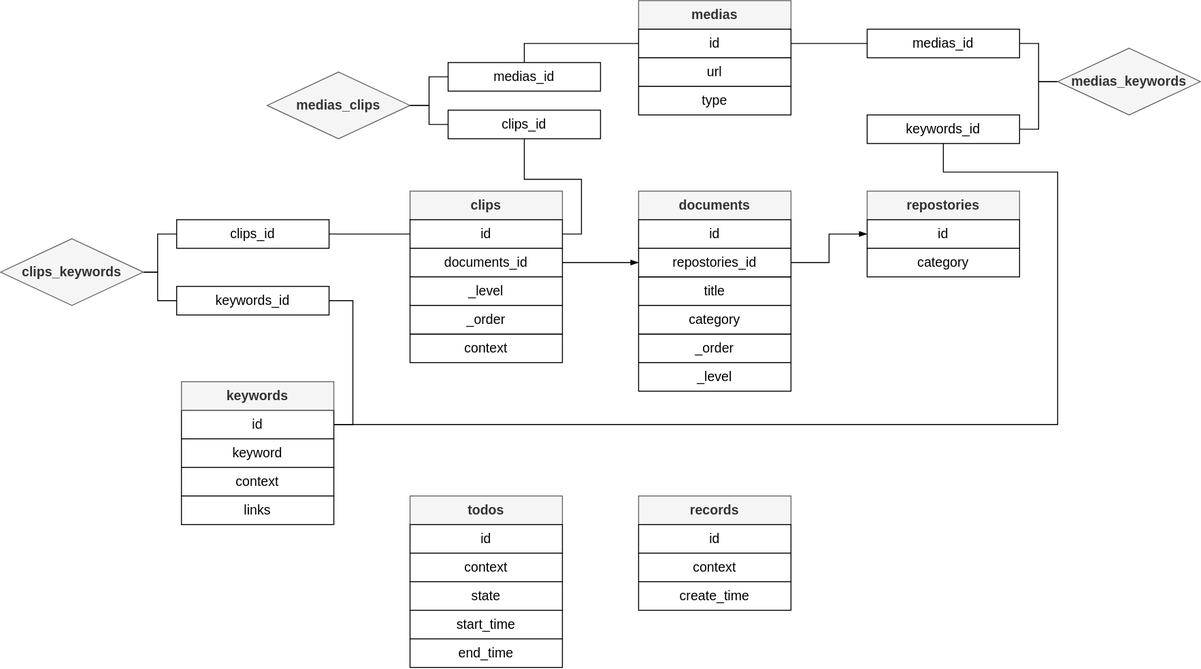
Above: Projects/captin/assets/captin-E-R.drawio.svg in creatern/NoteBook (draw.io), before the change. Source tidied: cells renumbered, new cells last; positions are measured from the earlier drawing's top-left corner, leaving out a move shared by most shapes.
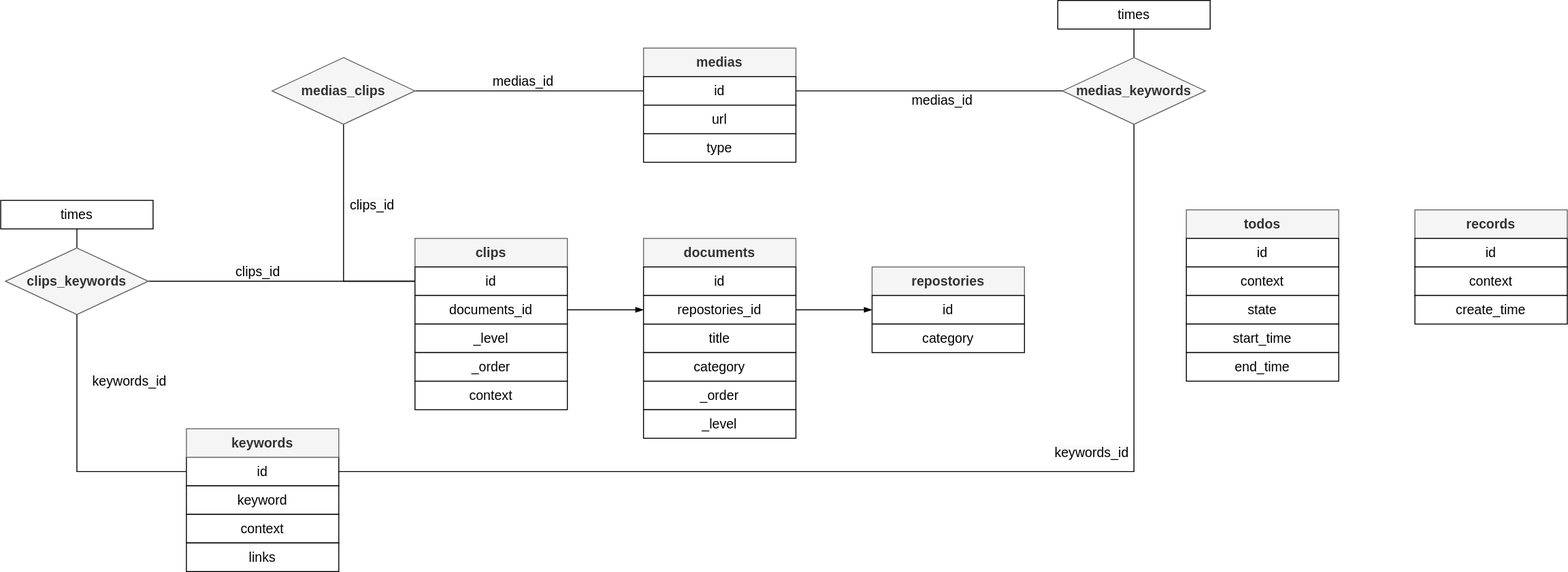
Later version of the same file.

Change to the diagram source:
```diff
@@ -8,6 +8,6 @@
     <mxCell id="3" value="repostories" style="rounded=0;whiteSpace=wrap;html=1;fontFamily=Helvetica;fontSize=14;fontColor=#333333;labelBackgroundColor=none;fontStyle=1;strokeColor=#666666;fillColor=#f5f5f5;" parent="1" vertex="1">
-      <mxGeometry x="910" y="200" width="160" height="30" as="geometry" />
+      <mxGeometry x="910" y="230" width="160" height="30" as="geometry" />
     </mxCell>
     <mxCell id="4" value="todos" style="rounded=0;whiteSpace=wrap;html=1;fontFamily=Helvetica;fontSize=14;fontColor=#333333;labelBackgroundColor=none;fontStyle=1;fillColor=#f5f5f5;strokeColor=#666666;" parent="1" vertex="1">
-      <mxGeometry x="430" y="520" width="160" height="30" as="geometry" />
+      <mxGeometry x="1240" y="170" width="160" height="30" as="geometry" />
     </mxCell>
@@ -26,16 +26,19 @@
     <mxCell id="9" value="id" style="rounded=0;whiteSpace=wrap;html=1;fontFamily=Helvetica;fontSize=14;labelBackgroundColor=none;" parent="1" vertex="1">
-      <mxGeometry x="910" y="230" width="160" height="30" as="geometry" />
+      <mxGeometry x="910" y="260" width="160" height="30" as="geometry" />
     </mxCell>
     <mxCell id="10" value="category" style="rounded=0;whiteSpace=wrap;html=1;fontFamily=Helvetica;fontSize=14;labelBackgroundColor=none;" parent="1" vertex="1">
-      <mxGeometry x="910" y="260" width="160" height="30" as="geometry" />
+      <mxGeometry x="910" y="290" width="160" height="30" as="geometry" />
     </mxCell>
     <mxCell id="11" value="id" style="rounded=0;whiteSpace=wrap;html=1;fontFamily=Helvetica;fontSize=14;labelBackgroundColor=none;" parent="1" vertex="1">
-      <mxGeometry x="430" y="550" width="160" height="30" as="geometry" />
+      <mxGeometry x="1240" y="200" width="160" height="30" as="geometry" />
     </mxCell>
     <mxCell id="12" value="context" style="rounded=0;whiteSpace=wrap;html=1;fontFamily=Helvetica;fontSize=14;labelBackgroundColor=none;" parent="1" vertex="1">
-      <mxGeometry x="430" y="580" width="160" height="30" as="geometry" />
+      <mxGeometry x="1240" y="230" width="160" height="30" as="geometry" />
     </mxCell>
     <mxCell id="13" value="state" style="rounded=0;whiteSpace=wrap;html=1;fontFamily=Helvetica;fontSize=14;labelBackgroundColor=none;" parent="1" vertex="1">
-      <mxGeometry x="430" y="610" width="160" height="30" as="geometry" />
+      <mxGeometry x="1240" y="260" width="160" height="30" as="geometry" />
     </mxCell>
+    <mxCell id="60" value="&lt;span style=&quot;color: rgb(0, 0, 0); font-family: Helvetica; font-size: 14px; font-style: normal; font-variant-ligatures: normal; font-variant-caps: normal; font-weight: 400; letter-spacing: normal; orphans: 2; text-align: center; text-indent: 0px; text-transform: none; widows: 2; word-spacing: 0px; -webkit-text-stroke-width: 0px; white-space: normal; background-color: rgb(251, 251, 251); text-decoration-thickness: initial; text-decoration-style: initial; text-decoration-color: initial; display: inline !important; float: none;&quot;&gt;keywords_id&lt;/span&gt;" style="edgeStyle=orthogonalEdgeStyle;rounded=0;jettySize=auto;html=1;exitX=0;exitY=0.5;exitDx=0;exitDy=0;entryX=0.5;entryY=1;entryDx=0;entryDy=0;endArrow=none;endFill=0;" parent="1" edge="1" source="14" target="47">
+      <mxGeometry x="0.5" y="-55" relative="1" as="geometry" />
+    </mxCell>
     <mxCell id="14" value="id" style="rounded=0;whiteSpace=wrap;html=1;fontFamily=Helvetica;fontSize=14;labelBackgroundColor=none;" parent="1" vertex="1">
@@ -52,42 +55,22 @@
     </mxCell>
-    <mxCell id="18" style="edgeStyle=orthogonalEdgeStyle;rounded=0;jettySize=auto;html=1;exitX=1;exitY=0.5;exitDx=0;exitDy=0;entryX=0;entryY=0.5;entryDx=0;entryDy=0;strokeColor=default;strokeWidth=1;align=center;verticalAlign=middle;fontFamily=Helvetica;fontSize=11;fontColor=default;labelBackgroundColor=default;endArrow=none;endFill=0;startArrow=none;startFill=0;" parent="1" edge="1" source="20" target="32">
+    <mxCell id="18" style="edgeStyle=orthogonalEdgeStyle;rounded=0;jettySize=auto;html=1;exitX=1;exitY=0.5;exitDx=0;exitDy=0;entryX=0;entryY=0.5;entryDx=0;entryDy=0;strokeColor=default;strokeWidth=1;align=center;verticalAlign=middle;fontFamily=Helvetica;fontSize=11;fontColor=default;labelBackgroundColor=default;endArrow=none;endFill=0;startArrow=none;startFill=0;" parent="1" edge="1" source="47" target="32">
       <mxGeometry relative="1" as="geometry" />
     </mxCell>
-    <mxCell id="19" style="edgeStyle=orthogonalEdgeStyle;rounded=0;jettySize=auto;html=1;exitX=0;exitY=0.5;exitDx=0;exitDy=0;entryX=1;entryY=0.5;entryDx=0;entryDy=0;strokeColor=default;align=center;verticalAlign=middle;fontFamily=Helvetica;fontSize=11;fontColor=default;labelBackgroundColor=default;endArrow=none;endFill=0;" parent="1" edge="1" source="20" target="47">
-      <mxGeometry relative="1" as="geometry">
-        <Array as="points">
-          <mxPoint x="165" y="245" />
-          <mxPoint x="165" y="285" />
-        </Array>
-      </mxGeometry>
-    </mxCell>
-    <mxCell id="20" value="clips_id" style="rounded=0;whiteSpace=wrap;html=1;fontFamily=Helvetica;fontSize=14;labelBackgroundColor=none;" parent="1" vertex="1">
-      <mxGeometry x="185" y="230" width="160" height="30" as="geometry" />
-    </mxCell>
-    <mxCell id="21" style="edgeStyle=orthogonalEdgeStyle;rounded=0;jettySize=auto;html=1;exitX=1;exitY=0.5;exitDx=0;exitDy=0;entryX=1;entryY=0.5;entryDx=0;entryDy=0;strokeColor=default;strokeWidth=1;align=center;verticalAlign=middle;fontFamily=Helvetica;fontSize=11;fontColor=default;labelBackgroundColor=default;endArrow=none;endFill=0;startArrow=none;startFill=0;" parent="1" edge="1" source="23" target="14">
-      <mxGeometry relative="1" as="geometry" />
-    </mxCell>
-    <mxCell id="22" style="edgeStyle=orthogonalEdgeStyle;rounded=0;jettySize=auto;html=1;exitX=0;exitY=0.5;exitDx=0;exitDy=0;entryX=1;entryY=0.5;entryDx=0;entryDy=0;strokeColor=default;align=center;verticalAlign=middle;fontFamily=Helvetica;fontSize=11;fontColor=default;labelBackgroundColor=default;endArrow=none;endFill=0;" parent="1" edge="1" source="23" target="47">
-      <mxGeometry relative="1" as="geometry" />
-    </mxCell>
-    <mxCell id="23" value="keywords_id" style="rounded=0;whiteSpace=wrap;html=1;fontFamily=Helvetica;fontSize=14;labelBackgroundColor=none;" parent="1" vertex="1">
-      <mxGeometry x="185" y="300" width="160" height="30" as="geometry" />
-    </mxCell>
     <mxCell id="24" value="records" style="rounded=0;whiteSpace=wrap;html=1;fontFamily=Helvetica;fontSize=14;fontColor=#333333;labelBackgroundColor=none;fontStyle=1;fillColor=#f5f5f5;strokeColor=#666666;" parent="1" vertex="1">
-      <mxGeometry x="670" y="520" width="160" height="30" as="geometry" />
+      <mxGeometry x="1480" y="170" width="160" height="30" as="geometry" />
     </mxCell>
     <mxCell id="25" value="id" style="rounded=0;whiteSpace=wrap;html=1;fontFamily=Helvetica;fontSize=14;labelBackgroundColor=none;" parent="1" vertex="1">
-      <mxGeometry x="670" y="550" width="160" height="30" as="geometry" />
+      <mxGeometry x="1480" y="200" width="160" height="30" as="geometry" />
     </mxCell>
     <mxCell id="26" value="context" style="rounded=0;whiteSpace=wrap;html=1;fontFamily=Helvetica;fontSize=14;labelBackgroundColor=none;" parent="1" vertex="1">
-      <mxGeometry x="670" y="580" width="160" height="30" as="geometry" />
+      <mxGeometry x="1480" y="230" width="160" height="30" as="geometry" />
     </mxCell>
     <mxCell id="27" value="create_time" style="rounded=0;whiteSpace=wrap;html=1;fontFamily=Helvetica;fontSize=14;labelBackgroundColor=none;" parent="1" vertex="1">
-      <mxGeometry x="670" y="610" width="160" height="30" as="geometry" />
+      <mxGeometry x="1480" y="260" width="160" height="30" as="geometry" />
     </mxCell>
     <mxCell id="28" value="start_time" style="rounded=0;whiteSpace=wrap;html=1;fontFamily=Helvetica;fontSize=14;labelBackgroundColor=none;" parent="1" vertex="1">
-      <mxGeometry x="430" y="640" width="160" height="30" as="geometry" />
+      <mxGeometry x="1240" y="290" width="160" height="30" as="geometry" />
     </mxCell>
     <mxCell id="29" value="end_time" style="rounded=0;whiteSpace=wrap;html=1;fontFamily=Helvetica;fontSize=14;labelBackgroundColor=none;" parent="1" vertex="1">
-      <mxGeometry x="430" y="670" width="160" height="30" as="geometry" />
+      <mxGeometry x="1240" y="320" width="160" height="30" as="geometry" />
     </mxCell>
@@ -96,4 +79,8 @@
     </mxCell>
-    <mxCell id="31" style="edgeStyle=orthogonalEdgeStyle;rounded=0;jettySize=auto;html=1;exitX=1;exitY=0.5;exitDx=0;exitDy=0;entryX=0.5;entryY=1;entryDx=0;entryDy=0;strokeColor=default;align=center;verticalAlign=middle;fontFamily=Helvetica;fontSize=11;fontColor=default;labelBackgroundColor=default;endArrow=none;endFill=0;" parent="1" edge="1" source="32" target="50">
-      <mxGeometry relative="1" as="geometry" />
+    <mxCell id="31" style="edgeStyle=orthogonalEdgeStyle;rounded=0;jettySize=auto;html=1;exitX=0;exitY=0.5;exitDx=0;exitDy=0;entryX=0.5;entryY=1;entryDx=0;entryDy=0;strokeColor=default;align=center;verticalAlign=middle;fontFamily=Helvetica;fontSize=11;fontColor=default;labelBackgroundColor=default;endArrow=none;endFill=0;" parent="1" edge="1" source="32" target="48">
+      <mxGeometry relative="1" as="geometry">
+        <Array as="points">
+          <mxPoint x="355" y="245" />
+        </Array>
+      </mxGeometry>
     </mxCell>
@@ -132,5 +119,5 @@
     </mxCell>
-    <mxCell id="43" style="edgeStyle=orthogonalEdgeStyle;rounded=0;jettySize=auto;html=1;exitX=0;exitY=0.5;exitDx=0;exitDy=0;entryX=0.5;entryY=0;entryDx=0;entryDy=0;strokeColor=default;align=center;verticalAlign=middle;fontFamily=Helvetica;fontSize=11;fontColor=default;labelBackgroundColor=default;endArrow=none;endFill=0;" parent="1" edge="1" source="44" target="52">
-      <mxGeometry relative="1" as="geometry" />
-    </mxCell>
+    <mxCell id="61" style="edgeStyle=orthogonalEdgeStyle;rounded=0;jettySize=auto;html=1;exitX=0;exitY=0.5;exitDx=0;exitDy=0;entryX=1;entryY=0.5;entryDx=0;entryDy=0;endArrow=none;endFill=0;" parent="1" edge="1" source="44" target="48">
+      <mxGeometry relative="1" as="geometry" />
+    </mxCell>
     <mxCell id="44" value="id" style="rounded=0;whiteSpace=wrap;html=1;fontFamily=Helvetica;fontSize=14;labelBackgroundColor=none;" parent="1" vertex="1">
@@ -144,57 +131,44 @@
     </mxCell>
+    <mxCell id="62" style="edgeStyle=orthogonalEdgeStyle;rounded=0;jettySize=auto;html=1;exitX=0.5;exitY=0;exitDx=0;exitDy=0;entryX=0.5;entryY=1;entryDx=0;entryDy=0;strokeColor=default;align=center;verticalAlign=middle;fontFamily=Helvetica;fontSize=11;fontColor=default;labelBackgroundColor=default;endArrow=none;endFill=0;" parent="1" edge="1" source="47" target="70">
+      <mxGeometry relative="1" as="geometry" />
+    </mxCell>
     <mxCell id="47" value="&lt;span style=&quot;color: rgb(51, 51, 51); font-size: 14px; font-weight: 700;&quot;&gt;clips_keywords&lt;/span&gt;" style="rhombus;whiteSpace=wrap;html=1;fillColor=#f5f5f5;fontColor=#333333;strokeColor=#666666;" parent="1" vertex="1">
-      <mxGeometry y="250" width="150" height="70" as="geometry" />
+      <mxGeometry y="210" width="150" height="70" as="geometry" />
     </mxCell>
     <mxCell id="48" value="&lt;span style=&quot;color: rgb(51, 51, 51); font-size: 14px; font-weight: 700;&quot;&gt;medias_clips&lt;/span&gt;" style="rhombus;whiteSpace=wrap;html=1;fillColor=#f5f5f5;fontColor=#333333;strokeColor=#666666;" parent="1" vertex="1">
-      <mxGeometry x="280" y="75" width="150" height="70" as="geometry" />
+      <mxGeometry x="280" y="10" width="150" height="70" as="geometry" />
     </mxCell>
-    <mxCell id="49" style="edgeStyle=orthogonalEdgeStyle;rounded=0;jettySize=auto;html=1;exitX=0;exitY=0.5;exitDx=0;exitDy=0;strokeColor=default;align=center;verticalAlign=middle;fontFamily=Helvetica;fontSize=11;fontColor=default;labelBackgroundColor=default;endArrow=none;endFill=0;entryX=1;entryY=0.5;entryDx=0;entryDy=0;" parent="1" edge="1" source="50" target="48">
-      <mxGeometry relative="1" as="geometry">
-        <Array as="points">
-          <mxPoint x="450" y="130" />
-          <mxPoint x="450" y="110" />
-        </Array>
-      </mxGeometry>
-    </mxCell>
-    <mxCell id="50" value="clips_id" style="rounded=0;whiteSpace=wrap;html=1;fontFamily=Helvetica;fontSize=14;labelBackgroundColor=none;" parent="1" vertex="1">
-      <mxGeometry x="470" y="115" width="160" height="30" as="geometry" />
-    </mxCell>
-    <mxCell id="51" style="edgeStyle=orthogonalEdgeStyle;rounded=0;jettySize=auto;html=1;exitX=0;exitY=0.5;exitDx=0;exitDy=0;entryX=1;entryY=0.5;entryDx=0;entryDy=0;strokeColor=default;align=center;verticalAlign=middle;fontFamily=Helvetica;fontSize=11;fontColor=default;labelBackgroundColor=default;endArrow=none;endFill=0;" parent="1" edge="1" source="52" target="48">
-      <mxGeometry relative="1" as="geometry">
-        <Array as="points">
-          <mxPoint x="450" y="80" />
-          <mxPoint x="450" y="110" />
-        </Array>
-      </mxGeometry>
-    </mxCell>
-    <mxCell id="52" value="medias_id" style="rounded=0;whiteSpace=wrap;html=1;fontFamily=Helvetica;fontSize=14;labelBackgroundColor=none;" parent="1" vertex="1">
-      <mxGeometry x="470" y="65" width="160" height="30" as="geometry" />
-    </mxCell>
-    <mxCell id="53" style="edgeStyle=orthogonalEdgeStyle;rounded=0;jettySize=auto;html=1;exitX=0;exitY=0.5;exitDx=0;exitDy=0;entryX=1;entryY=0.5;entryDx=0;entryDy=0;strokeColor=default;align=center;verticalAlign=middle;fontFamily=Helvetica;fontSize=11;fontColor=default;labelBackgroundColor=default;endArrow=none;endFill=0;" parent="1" edge="1" source="55" target="57">
-      <mxGeometry relative="1" as="geometry" />
-    </mxCell>
-    <mxCell id="54" style="edgeStyle=orthogonalEdgeStyle;rounded=0;jettySize=auto;html=1;exitX=0;exitY=0.5;exitDx=0;exitDy=0;entryX=1;entryY=0.5;entryDx=0;entryDy=0;strokeColor=default;align=center;verticalAlign=middle;fontFamily=Helvetica;fontSize=11;fontColor=default;labelBackgroundColor=default;endArrow=none;endFill=0;" parent="1" edge="1" source="55" target="59">
-      <mxGeometry relative="1" as="geometry" />
-    </mxCell>
+    <mxCell id="63" style="edgeStyle=orthogonalEdgeStyle;rounded=0;jettySize=auto;html=1;exitX=0.5;exitY=1;exitDx=0;exitDy=0;entryX=1;entryY=0.5;entryDx=0;entryDy=0;strokeColor=default;align=center;verticalAlign=middle;fontFamily=Helvetica;fontSize=11;fontColor=default;labelBackgroundColor=default;endArrow=none;endFill=0;" parent="1" edge="1" source="55" target="14">
+      <mxGeometry relative="1" as="geometry" />
+    </mxCell>
+    <mxCell id="64" style="edgeStyle=orthogonalEdgeStyle;rounded=0;jettySize=auto;html=1;exitX=0.5;exitY=0;exitDx=0;exitDy=0;entryX=0.5;entryY=1;entryDx=0;entryDy=0;strokeColor=default;align=center;verticalAlign=middle;fontFamily=Helvetica;fontSize=11;fontColor=default;labelBackgroundColor=default;endArrow=none;endFill=0;" parent="1" edge="1" source="55" target="71">
+      <mxGeometry relative="1" as="geometry" />
+    </mxCell>
     <mxCell id="55" value="&lt;span style=&quot;color: rgb(51, 51, 51); font-size: 14px; font-weight: 700;&quot;&gt;medias_keywords&lt;/span&gt;" style="rhombus;whiteSpace=wrap;html=1;fillColor=#f5f5f5;fontColor=#333333;strokeColor=#666666;" parent="1" vertex="1">
-      <mxGeometry x="1110" y="50" width="150" height="70" as="geometry" />
+      <mxGeometry x="1110" y="10" width="150" height="70" as="geometry" />
     </mxCell>
-    <mxCell id="56" style="edgeStyle=orthogonalEdgeStyle;rounded=0;jettySize=auto;html=1;exitX=0;exitY=0.5;exitDx=0;exitDy=0;entryX=1;entryY=0.5;entryDx=0;entryDy=0;strokeColor=default;align=center;verticalAlign=middle;fontFamily=Helvetica;fontSize=11;fontColor=default;labelBackgroundColor=default;endArrow=none;endFill=0;" parent="1" edge="1" source="57" target="44">
+    <mxCell id="56" style="edgeStyle=orthogonalEdgeStyle;rounded=0;jettySize=auto;html=1;exitX=0;exitY=0.5;exitDx=0;exitDy=0;entryX=1;entryY=0.5;entryDx=0;entryDy=0;strokeColor=default;align=center;verticalAlign=middle;fontFamily=Helvetica;fontSize=11;fontColor=default;labelBackgroundColor=default;endArrow=none;endFill=0;" parent="1" edge="1" source="55" target="44">
       <mxGeometry relative="1" as="geometry" />
     </mxCell>
-    <mxCell id="57" value="medias_id" style="rounded=0;whiteSpace=wrap;html=1;fontFamily=Helvetica;fontSize=14;labelBackgroundColor=none;" parent="1" vertex="1">
-      <mxGeometry x="910" y="30" width="160" height="30" as="geometry" />
-    </mxCell>
-    <mxCell id="58" style="edgeStyle=orthogonalEdgeStyle;rounded=0;jettySize=auto;html=1;exitX=0.5;exitY=1;exitDx=0;exitDy=0;entryX=1;entryY=0.5;entryDx=0;entryDy=0;strokeColor=default;align=center;verticalAlign=middle;fontFamily=Helvetica;fontSize=11;fontColor=default;labelBackgroundColor=default;endArrow=none;endFill=0;" parent="1" edge="1" source="59" target="14">
-      <mxGeometry relative="1" as="geometry">
-        <Array as="points">
-          <mxPoint x="990" y="180" />
-          <mxPoint x="1110" y="180" />
-          <mxPoint x="1110" y="445" />
-        </Array>
-      </mxGeometry>
-    </mxCell>
-    <mxCell id="59" value="keywords_id" style="rounded=0;whiteSpace=wrap;html=1;fontFamily=Helvetica;fontSize=14;labelBackgroundColor=none;" parent="1" vertex="1">
-      <mxGeometry x="910" y="120" width="160" height="30" as="geometry" />
-    </mxCell>
+    <mxCell id="65" value="&lt;span style=&quot;color: rgb(0, 0, 0); font-family: Helvetica; font-size: 14px; font-style: normal; font-variant-ligatures: normal; font-variant-caps: normal; font-weight: 400; letter-spacing: normal; orphans: 2; text-align: center; text-indent: 0px; text-transform: none; widows: 2; word-spacing: 0px; -webkit-text-stroke-width: 0px; white-space: normal; background-color: rgb(251, 251, 251); text-decoration-thickness: initial; text-decoration-style: initial; text-decoration-color: initial; display: inline !important; float: none;&quot;&gt;clips_id&lt;/span&gt;" style="text;whiteSpace=wrap;html=1;" parent="1" vertex="1">
+      <mxGeometry x="360" y="150" width="80" height="40" as="geometry" />
+    </mxCell>
+    <mxCell id="66" value="&lt;span style=&quot;color: rgb(0, 0, 0); font-family: Helvetica; font-size: 14px; font-style: normal; font-variant-ligatures: normal; font-variant-caps: normal; font-weight: 400; letter-spacing: normal; orphans: 2; text-align: center; text-indent: 0px; text-transform: none; widows: 2; word-spacing: 0px; -webkit-text-stroke-width: 0px; white-space: normal; background-color: rgb(251, 251, 251); text-decoration-thickness: initial; text-decoration-style: initial; text-decoration-color: initial; display: inline !important; float: none;&quot;&gt;medias_id&lt;/span&gt;" style="text;whiteSpace=wrap;html=1;" parent="1" vertex="1">
+      <mxGeometry x="510" y="20" width="100" height="40" as="geometry" />
+    </mxCell>
+    <mxCell id="67" value="&lt;span style=&quot;color: rgb(0, 0, 0); font-family: Helvetica; font-size: 14px; font-style: normal; font-variant-ligatures: normal; font-variant-caps: normal; font-weight: 400; letter-spacing: normal; orphans: 2; text-align: center; text-indent: 0px; text-transform: none; widows: 2; word-spacing: 0px; -webkit-text-stroke-width: 0px; white-space: normal; background-color: rgb(251, 251, 251); text-decoration-thickness: initial; text-decoration-style: initial; text-decoration-color: initial; display: inline !important; float: none;&quot;&gt;clips_id&lt;/span&gt;" style="text;whiteSpace=wrap;html=1;fontFamily=Helvetica;fontSize=11;fontColor=default;labelBackgroundColor=default;" parent="1" vertex="1">
+      <mxGeometry x="240" y="220" width="80" height="40" as="geometry" />
+    </mxCell>
+    <mxCell id="68" value="&lt;span style=&quot;color: rgb(0, 0, 0); font-family: Helvetica; font-size: 14px; font-style: normal; font-variant-ligatures: normal; font-variant-caps: normal; font-weight: 400; letter-spacing: normal; orphans: 2; text-align: center; text-indent: 0px; text-transform: none; widows: 2; word-spacing: 0px; -webkit-text-stroke-width: 0px; white-space: normal; background-color: rgb(251, 251, 251); text-decoration-thickness: initial; text-decoration-style: initial; text-decoration-color: initial; display: inline !important; float: none;&quot;&gt;keywords_id&lt;/span&gt;" style="text;whiteSpace=wrap;html=1;fontFamily=Helvetica;fontSize=11;fontColor=default;labelBackgroundColor=default;" parent="1" vertex="1">
+      <mxGeometry x="1100" y="410" width="110" height="40" as="geometry" />
+    </mxCell>
+    <mxCell id="69" value="&lt;span style=&quot;color: rgb(0, 0, 0); font-family: Helvetica; font-size: 14px; font-style: normal; font-variant-ligatures: normal; font-variant-caps: normal; font-weight: 400; letter-spacing: normal; orphans: 2; text-align: center; text-indent: 0px; text-transform: none; widows: 2; word-spacing: 0px; -webkit-text-stroke-width: 0px; white-space: normal; background-color: rgb(251, 251, 251); text-decoration-thickness: initial; text-decoration-style: initial; text-decoration-color: initial; display: inline !important; float: none;&quot;&gt;medias_id&lt;/span&gt;" style="text;whiteSpace=wrap;html=1;fontFamily=Helvetica;fontSize=11;fontColor=default;labelBackgroundColor=default;" parent="1" vertex="1">
+      <mxGeometry x="950" y="40" width="100" height="40" as="geometry" />
+    </mxCell>
+    <mxCell id="70" value="times" style="rounded=0;whiteSpace=wrap;html=1;fontFamily=Helvetica;fontSize=14;labelBackgroundColor=none;" parent="1" vertex="1">
+      <mxGeometry x="-5" y="160" width="160" height="30" as="geometry" />
+    </mxCell>
+    <mxCell id="71" value="times" style="rounded=0;whiteSpace=wrap;html=1;fontFamily=Helvetica;fontSize=14;labelBackgroundColor=none;" parent="1" vertex="1">
+      <mxGeometry x="1105" y="-50" width="160" height="30" as="geometry" />
+    </mxCell>
   </root>
```
